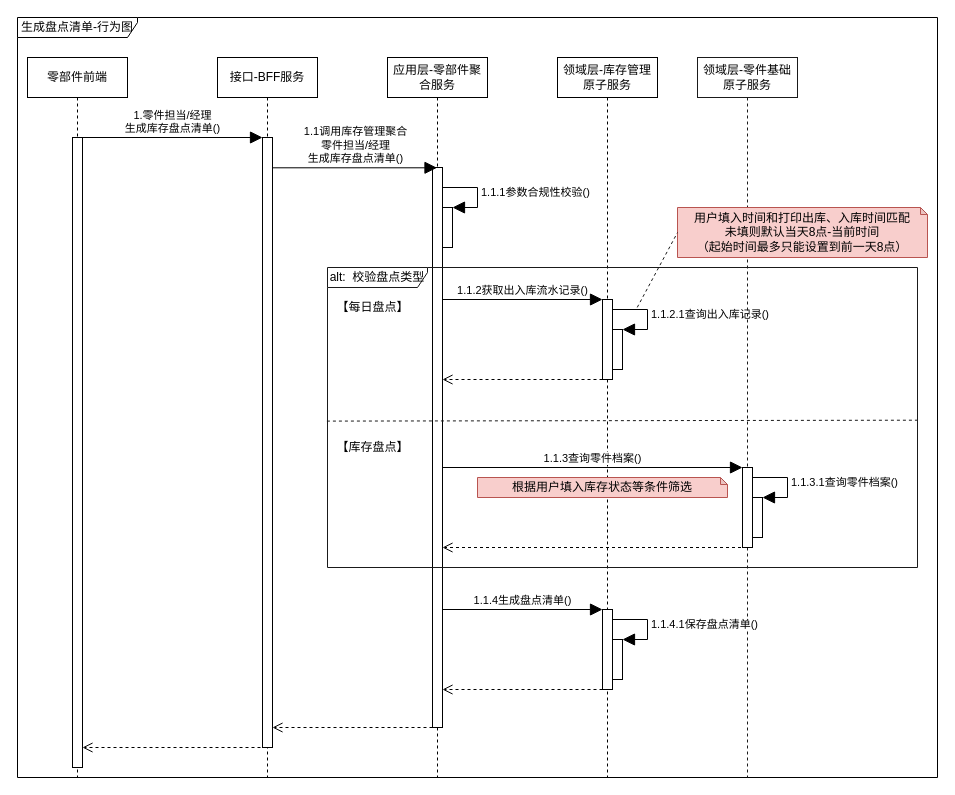
The draw.io diagram page "生成盘点清单行为图" (2 of 6) of 库存管理-库存盘点.drawio in 1132489442/gitRepository1, before the edit. Source tidied: cells renumbered, new cells numbered last; positions are measured from the earlier drawing's top-left corner, leaving out a move shared by most shapes. Both pictures are drawn from the tidied source at 100%, with x=0, y=0 at pixel (17, 17).
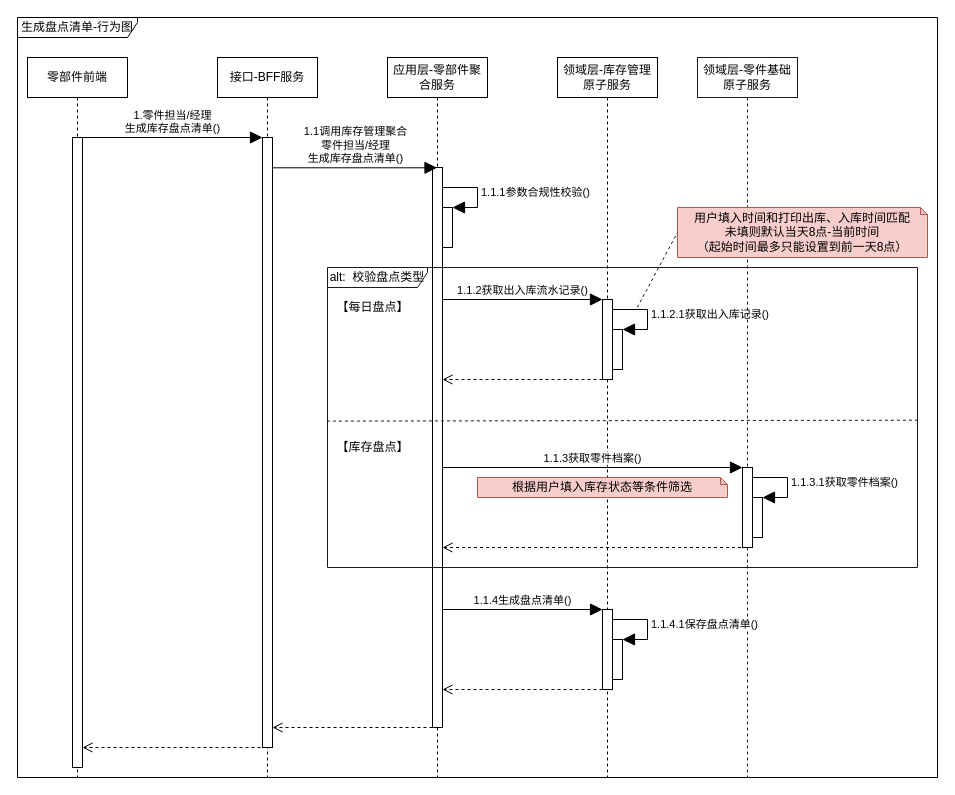
The same diagram, later.

Unchanged cells that the change refers to:
```xml
<mxCell id="7" value="领域层-库存管理原子服务" style="shape=umlLifeline;perimeter=lifelinePerimeter;whiteSpace=wrap;html=1;fillColor=#FFFFFF;" parent="1" vertex="1">
  <mxGeometry x="540" y="40" width="100" height="720" as="geometry" />
</mxCell>
<mxCell id="8" style="html=1;points=[];perimeter=orthogonalPerimeter;fillColor=#FFFFFF;" parent="7" vertex="1">
  <mxGeometry x="45" y="242" width="10" height="80" as="geometry" />
</mxCell>
<mxCell id="9" style="html=1;points=[];perimeter=orthogonalPerimeter;fillColor=#FFFFFF;" parent="7" vertex="1">
  <mxGeometry x="55" y="272" width="10" height="40" as="geometry" />
</mxCell>
<mxCell id="21" value="领域层-零件基础原子服务" style="shape=umlLifeline;perimeter=lifelinePerimeter;whiteSpace=wrap;html=1;strokeColor=#1A1A1A;fillColor=#FFFFFF;" parent="1" vertex="1">
  <mxGeometry x="680" y="40" width="100" height="720" as="geometry" />
</mxCell>
<mxCell id="22" style="html=1;points=[];perimeter=orthogonalPerimeter;fillColor=#FFFFFF;" parent="21" vertex="1">
  <mxGeometry x="45" y="410" width="10" height="80" as="geometry" />
</mxCell>
<mxCell id="23" style="html=1;points=[];perimeter=orthogonalPerimeter;fillColor=#FFFFFF;" parent="21" vertex="1">
  <mxGeometry x="55" y="440" width="10" height="40" as="geometry" />
</mxCell>
```

Change to the diagram source:
```diff
@@
-    <mxCell id="10" value="1.1.2.1查询出入库记录()" style="edgeStyle=orthogonalEdgeStyle;html=1;align=left;spacingLeft=2;endArrow=block;rounded=0;entryX=1;entryY=0;endSize=10;exitX=0.987;exitY=0.125;exitDx=0;exitDy=0;exitPerimeter=0;" parent="7" edge="1" source="8" target="9">
+    <mxCell id="10" value="1.1.2.1获取出入库记录()" style="edgeStyle=orthogonalEdgeStyle;html=1;align=left;spacingLeft=2;endArrow=block;rounded=0;entryX=1;entryY=0;endSize=10;exitX=0.987;exitY=0.125;exitDx=0;exitDy=0;exitPerimeter=0;" parent="7" edge="1" source="8" target="9">
       <mxGeometry relative="1" as="geometry">
         <Array as="points">
           <mxPoint x="90" y="252" />
           <mxPoint x="90" y="272" />
         </Array>
       </mxGeometry>
     </mxCell>
@@
-    <mxCell id="24" value="1.1.3.1查询零件档案()" style="edgeStyle=orthogonalEdgeStyle;html=1;align=left;spacingLeft=2;endArrow=block;rounded=0;entryX=1;entryY=0;endSize=10;exitX=0.987;exitY=0.125;exitDx=0;exitDy=0;exitPerimeter=0;" parent="21" edge="1" source="22" target="23">
+    <mxCell id="24" value="1.1.3.1获取零件档案()" style="edgeStyle=orthogonalEdgeStyle;html=1;align=left;spacingLeft=2;endArrow=block;rounded=0;entryX=1;entryY=0;endSize=10;exitX=0.987;exitY=0.125;exitDx=0;exitDy=0;exitPerimeter=0;" parent="21" edge="1" source="22" target="23">
       <mxGeometry relative="1" as="geometry">
         <Array as="points">
           <mxPoint x="90" y="420" />
           <mxPoint x="90" y="440" />
         </Array>
       </mxGeometry>
     </mxCell>
-    <mxCell id="25" value="1.1.3查询零件档案()" style="html=1;verticalAlign=bottom;endArrow=block;entryX=0;entryY=0;rounded=0;endSize=10;" parent="1" edge="1" target="22">
+    <mxCell id="25" value="1.1.3获取零件档案()" style="html=1;verticalAlign=bottom;endArrow=block;entryX=0;entryY=0;rounded=0;endSize=10;" parent="1" edge="1" target="22">
       <mxGeometry relative="1" as="geometry">
         <mxPoint x="425" y="450" as="sourcePoint" />
       </mxGeometry>
     </mxCell>
```
